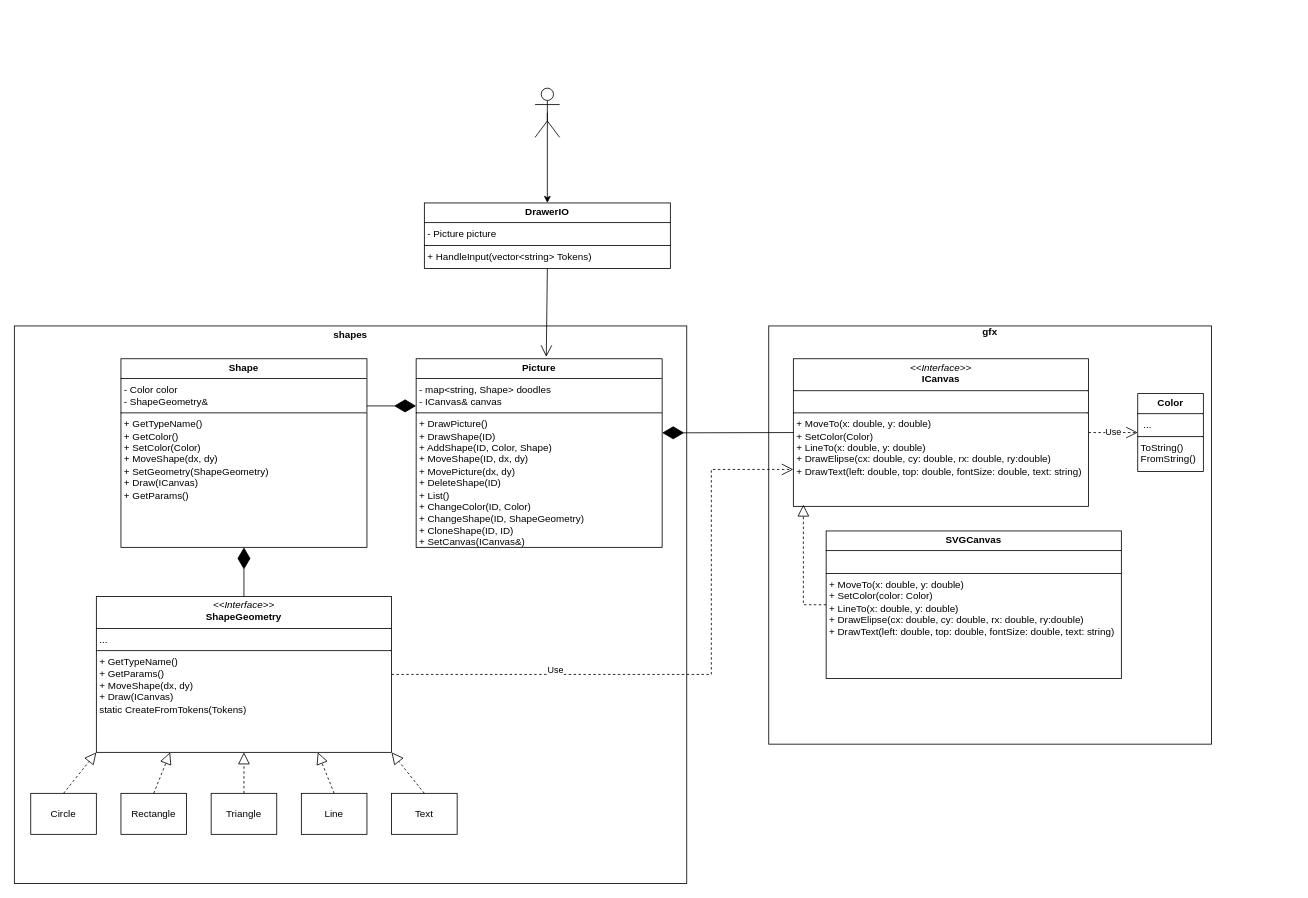
Earlier version of the draw.io diagram lab1/task4/Drawer.drawio (Xac1k/OOD). Source tidied: cells renumbered, new cells numbered last; positions are measured from the earlier drawing's top-left corner, leaving out a move shared by most shapes. Both pictures are drawn from the tidied source at 82%, with x=0, y=0 at pixel (14, 88).
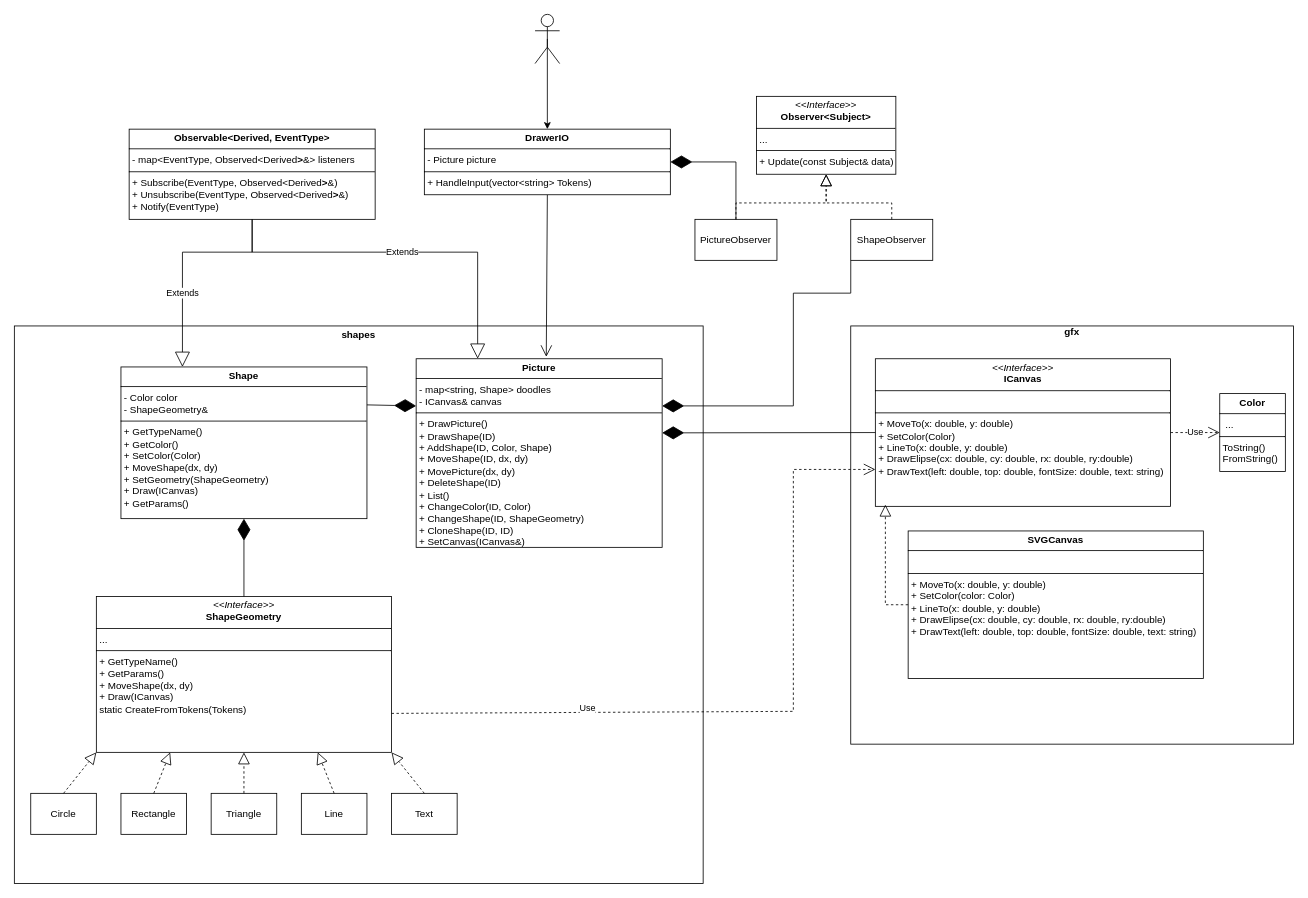
After the change.

The change refers to these unchanged cells:
```xml
<mxCell id="11" value="&lt;p style=&quot;margin:0px;margin-top:4px;text-align:center;&quot;&gt;&lt;b&gt;Picture&lt;/b&gt;&lt;/p&gt;&lt;hr size=&quot;1&quot; style=&quot;border-style:solid;&quot;&gt;&lt;p style=&quot;margin:0px;margin-left:4px;&quot;&gt;- map&amp;lt;string, Shape&amp;gt; doodles&lt;/p&gt;&lt;p style=&quot;margin:0px;margin-left:4px;&quot;&gt;- ICanvas&amp;amp; canvas&lt;/p&gt;&lt;hr size=&quot;1&quot; style=&quot;border-style:solid;&quot;&gt;&lt;p style=&quot;margin:0px;margin-left:4px;&quot;&gt;+ DrawPicture()&lt;/p&gt;&lt;p style=&quot;margin:0px;margin-left:4px;&quot;&gt;+ DrawShape(&lt;span style=&quot;background-color: transparent; color: light-dark(rgb(0, 0, 0), rgb(255, 255, 255));&quot;&gt;ID)&lt;/span&gt;&lt;/p&gt;&lt;p style=&quot;margin:0px;margin-left:4px;&quot;&gt;+ AddShape(ID, Color, Shape)&lt;/p&gt;&lt;p style=&quot;margin:0px;margin-left:4px;&quot;&gt;+ MoveShape(ID, dx, dy)&lt;/p&gt;&lt;p style=&quot;margin:0px;margin-left:4px;&quot;&gt;+ MovePicture(dx, dy)&lt;/p&gt;&lt;p style=&quot;margin:0px;margin-left:4px;&quot;&gt;+ DeleteShape(ID)&lt;/p&gt;&lt;p style=&quot;margin:0px;margin-left:4px;&quot;&gt;+ List()&lt;/p&gt;&lt;p style=&quot;margin:0px;margin-left:4px;&quot;&gt;+ ChangeColor(ID, Color)&lt;/p&gt;&lt;p style=&quot;margin:0px;margin-left:4px;&quot;&gt;+ ChangeShape(ID, ShapeGeometry)&lt;/p&gt;&lt;p style=&quot;margin:0px;margin-left:4px;&quot;&gt;+ CloneShape(ID, ID)&lt;/p&gt;&lt;p style=&quot;margin:0px;margin-left:4px;&quot;&gt;+ SetCanvas(ICanvas&amp;amp;)&lt;/p&gt;" style="verticalAlign=top;align=left;overflow=fill;html=1;whiteSpace=wrap;" parent="1" vertex="1">
  <mxGeometry x="490" y="330" width="300" height="230" as="geometry" />
</mxCell>
<mxCell id="15" value="&lt;p style=&quot;margin:0px;margin-top:4px;text-align:center;&quot;&gt;&lt;i&gt;&amp;lt;&amp;lt;Interface&amp;gt;&amp;gt;&lt;/i&gt;&lt;br&gt;&lt;b&gt;ShapeGeometry&lt;/b&gt;&lt;/p&gt;&lt;hr size=&quot;1&quot; style=&quot;border-style:solid;&quot;&gt;&lt;p style=&quot;margin:0px;margin-left:4px;&quot;&gt;...&lt;/p&gt;&lt;hr size=&quot;1&quot; style=&quot;border-style:solid;&quot;&gt;&lt;p style=&quot;margin:0px;margin-left:4px;&quot;&gt;+ GetTypeName()&lt;br&gt;&lt;/p&gt;&lt;p style=&quot;margin:0px;margin-left:4px;&quot;&gt;+ GetParams()&lt;/p&gt;&lt;p style=&quot;margin:0px;margin-left:4px;&quot;&gt;+ MoveShape(dx, dy)&lt;/p&gt;&lt;p style=&quot;margin:0px;margin-left:4px;&quot;&gt;+ Draw(ICanvas)&lt;/p&gt;&lt;p style=&quot;margin:0px;margin-left:4px;&quot;&gt;static CreateFromTokens(Tokens)&lt;/p&gt;" style="verticalAlign=top;align=left;overflow=fill;html=1;whiteSpace=wrap;" parent="1" vertex="1">
  <mxGeometry x="100" y="620" width="360" height="190" as="geometry" />
</mxCell>
```

The edit, as a diff of the source:
```diff
@@
     <mxCell id="3" style="shape=umlActor;verticalLabelPosition=bottom;verticalAlign=top;html=1;" parent="1" vertex="1">
-      <mxGeometry x="635" width="30" height="60" as="geometry" />
+      <mxGeometry x="635" y="-90" width="30" height="60" as="geometry" />
     </mxCell>
     <mxCell id="4" value="&lt;p style=&quot;margin:0px;margin-top:4px;text-align:center;&quot;&gt;&lt;b&gt;shapes&lt;/b&gt;&lt;/p&gt;" style="verticalAlign=top;align=left;overflow=fill;html=1;whiteSpace=wrap;fillColor=none;" parent="1" vertex="1">
-      <mxGeometry y="290" width="820" height="680" as="geometry" />
+      <mxGeometry y="290" width="840" height="680" as="geometry" />
     </mxCell>
     <mxCell id="5" value="&lt;b&gt;gfx&lt;/b&gt;" style="verticalAlign=top;align=center;overflow=fill;html=1;whiteSpace=wrap;fillColor=none;" parent="1" vertex="1">
-      <mxGeometry x="920" y="290" width="540" height="510" as="geometry" />
+      <mxGeometry x="1020" y="290" width="540" height="510" as="geometry" />
     </mxCell>
     <mxCell id="6" value="&lt;p style=&quot;margin:0px;margin-top:4px;text-align:center;&quot;&gt;&lt;i&gt;&amp;lt;&amp;lt;Interface&amp;gt;&amp;gt;&lt;/i&gt;&lt;br&gt;&lt;b&gt;ICanvas&lt;/b&gt;&lt;/p&gt;&lt;hr size=&quot;1&quot; style=&quot;border-style:solid;&quot;&gt;&lt;p style=&quot;margin:0px;margin-left:4px;&quot;&gt;&lt;br&gt;&lt;/p&gt;&lt;hr size=&quot;1&quot; style=&quot;border-style:solid;&quot;&gt;&lt;p style=&quot;margin:0px;margin-left:4px;&quot;&gt;+ MoveTo(x: double, y: double)&lt;/p&gt;&lt;p style=&quot;margin:0px;margin-left:4px;&quot;&gt;+ SetColor(Color)&lt;/p&gt;&lt;p style=&quot;margin:0px;margin-left:4px;&quot;&gt;+ LineTo(x: double, y: double)&lt;/p&gt;&lt;p style=&quot;margin:0px;margin-left:4px;&quot;&gt;+ DrawElipse(cx: double, cy: double, rx: double, ry:double)&lt;/p&gt;&lt;p style=&quot;margin:0px;margin-left:4px;&quot;&gt;+ DrawText(left: double, top: double, fontSize: double, text: string)&lt;/p&gt;" style="verticalAlign=top;align=left;overflow=fill;html=1;whiteSpace=wrap;" parent="1" vertex="1">
-      <mxGeometry x="950" y="330" width="360" height="180" as="geometry" />
+      <mxGeometry x="1050" y="330" width="360" height="180" as="geometry" />
     </mxCell>
@@
     <mxCell id="8" value="&lt;p style=&quot;margin:0px;margin-top:4px;text-align:center;&quot;&gt;&lt;b&gt;Color&lt;/b&gt;&lt;/p&gt;&lt;hr size=&quot;1&quot; style=&quot;border-style:solid;&quot;&gt;&lt;p style=&quot;margin:0px;margin-left:4px;&quot;&gt;&amp;nbsp;...&lt;/p&gt;&lt;hr size=&quot;1&quot; style=&quot;border-style:solid;&quot;&gt;&lt;p style=&quot;margin:0px;margin-left:4px;&quot;&gt;ToString()&lt;/p&gt;&lt;p style=&quot;margin:0px;margin-left:4px;&quot;&gt;FromString()&lt;/p&gt;" style="verticalAlign=top;align=left;overflow=fill;html=1;whiteSpace=wrap;" parent="1" vertex="1">
-      <mxGeometry x="1370" y="372.5" width="80" height="95" as="geometry" />
+      <mxGeometry x="1470" y="372.5" width="80" height="95" as="geometry" />
     </mxCell>
     <mxCell id="9" value="&lt;p style=&quot;margin:0px;margin-top:4px;text-align:center;&quot;&gt;&lt;b&gt;SVGCanvas&lt;/b&gt;&lt;/p&gt;&lt;hr size=&quot;1&quot; style=&quot;border-style:solid;&quot;&gt;&lt;p style=&quot;margin:0px;margin-left:4px;&quot;&gt;&lt;br&gt;&lt;/p&gt;&lt;hr size=&quot;1&quot; style=&quot;border-style:solid;&quot;&gt;&lt;p style=&quot;margin:0px;margin-left:4px;&quot;&gt;+ MoveTo(x: double, y: double)&lt;br&gt;&lt;/p&gt;&lt;p style=&quot;margin:0px;margin-left:4px;&quot;&gt;+ SetColor(color: Color)&lt;/p&gt;&lt;p style=&quot;margin:0px;margin-left:4px;&quot;&gt;+ LineTo(x: double, y: double)&lt;/p&gt;&lt;p style=&quot;margin:0px;margin-left:4px;&quot;&gt;+ DrawElipse(cx: double, cy: double, rx: double, ry:double)&lt;/p&gt;&lt;p style=&quot;margin:0px;margin-left:4px;&quot;&gt;+ DrawText(left: double, top: double, fontSize: double, text: string)&lt;/p&gt;" style="verticalAlign=top;align=left;overflow=fill;html=1;whiteSpace=wrap;" parent="1" vertex="1">
-      <mxGeometry x="990" y="540" width="360" height="180" as="geometry" />
+      <mxGeometry x="1090" y="540" width="360" height="180" as="geometry" />
     </mxCell>
     <mxCell id="10" style="endArrow=block;dashed=1;endFill=0;endSize=12;html=1;rounded=0;exitX=0;exitY=0.5;exitDx=0;exitDy=0;entryX=0.034;entryY=0.988;entryDx=0;entryDy=0;entryPerimeter=0;" parent="1" edge="1" source="9" target="6">
       <mxGeometry relative="1" as="geometry">
         <Array as="points">
-          <mxPoint x="962.2" y="630" />
+          <mxPoint x="1062.2" y="630" />
         </Array>
       </mxGeometry>
     </mxCell>
@@
     <mxCell id="13" value="&lt;p style=&quot;margin:0px;margin-top:4px;text-align:center;&quot;&gt;&lt;b&gt;Shape&lt;/b&gt;&lt;/p&gt;&lt;hr size=&quot;1&quot; style=&quot;border-style:solid;&quot;&gt;&lt;p style=&quot;margin:0px;margin-left:4px;&quot;&gt;- Color color&lt;/p&gt;&lt;p style=&quot;margin:0px;margin-left:4px;&quot;&gt;- ShapeGeometry&amp;amp;&lt;/p&gt;&lt;hr size=&quot;1&quot; style=&quot;border-style:solid;&quot;&gt;&lt;p style=&quot;margin:0px;margin-left:4px;&quot;&gt;+ GetTypeName()&lt;/p&gt;&lt;p style=&quot;margin:0px;margin-left:4px;&quot;&gt;+ GetColor()&lt;/p&gt;&lt;p style=&quot;margin:0px;margin-left:4px;&quot;&gt;+ SetColor(Color)&lt;/p&gt;&lt;p style=&quot;margin:0px;margin-left:4px;&quot;&gt;+ MoveShape(dx, dy)&lt;/p&gt;&lt;p style=&quot;margin:0px;margin-left:4px;&quot;&gt;+ SetGeometry(ShapeGeometry)&lt;/p&gt;&lt;p style=&quot;margin:0px;margin-left:4px;&quot;&gt;+ Draw(ICanvas)&lt;/p&gt;&lt;p style=&quot;margin:0px;margin-left:4px;&quot;&gt;+ GetParams()&lt;/p&gt;" style="verticalAlign=top;align=left;overflow=fill;html=1;whiteSpace=wrap;" parent="1" vertex="1">
-      <mxGeometry x="130" y="330" width="300" height="230" as="geometry" />
+      <mxGeometry x="130" y="340" width="300" height="185" as="geometry" />
     </mxCell>
@@
-    <mxCell id="16" style="endArrow=diamondThin;endFill=1;endSize=24;html=1;rounded=0;entryX=0.5;entryY=1;entryDx=0;entryDy=0;exitX=0.5;exitY=0;exitDx=0;exitDy=0;" parent="1" edge="1" source="15" target="13">
+    <mxCell id="16" style="endArrow=diamondThin;endFill=1;endSize=24;html=1;rounded=0;exitX=0.5;exitY=0;exitDx=0;exitDy=0;" parent="1" edge="1" source="15" target="13">
       <mxGeometry relative="1" as="geometry" />
     </mxCell>
@@
-    <mxCell id="27" value="Use" style="endArrow=open;endSize=12;dashed=1;html=1;rounded=0;exitX=1;exitY=0.5;exitDx=0;exitDy=0;entryX=0;entryY=0.75;entryDx=0;entryDy=0;" parent="1" edge="1" source="15" target="6">
+    <mxCell id="27" value="Use" style="endArrow=open;endSize=12;dashed=1;html=1;rounded=0;exitX=1;exitY=0.75;exitDx=0;exitDy=0;entryX=0;entryY=0.75;entryDx=0;entryDy=0;" parent="1" edge="1" source="15" target="6">
       <mxGeometry x="-0.46" y="5" relative="1" as="geometry">
         <Array as="points">
-          <mxPoint x="850" y="715" />
-          <mxPoint x="850" y="465" />
+          <mxPoint x="950" y="760" />
+          <mxPoint x="950" y="465" />
         </Array>
       </mxGeometry>
     </mxCell>
@@
     <mxCell id="29" value="&lt;p style=&quot;margin:0px;margin-top:4px;text-align:center;&quot;&gt;&lt;b&gt;DrawerIO&lt;/b&gt;&lt;/p&gt;&lt;hr size=&quot;1&quot; style=&quot;border-style:solid;&quot;&gt;&lt;p style=&quot;margin:0px;margin-left:4px;&quot;&gt;- Picture picture&lt;/p&gt;&lt;hr size=&quot;1&quot; style=&quot;border-style:solid;&quot;&gt;&lt;p style=&quot;margin:0px;margin-left:4px;&quot;&gt;+ HandleInput(vector&amp;lt;string&amp;gt; Tokens)&lt;/p&gt;" style="verticalAlign=top;align=left;overflow=fill;html=1;whiteSpace=wrap;" parent="1" vertex="1">
-      <mxGeometry x="500" y="140" width="300" height="80" as="geometry" />
+      <mxGeometry x="500" y="50" width="300" height="80" as="geometry" />
     </mxCell>
+    <mxCell id="30" value="&lt;p style=&quot;margin:0px;margin-top:4px;text-align:center;&quot;&gt;&lt;i&gt;&amp;lt;&amp;lt;Interface&amp;gt;&amp;gt;&lt;/i&gt;&lt;br&gt;&lt;b&gt;Observer&amp;lt;Subject&amp;gt;&lt;/b&gt;&lt;/p&gt;&lt;hr size=&quot;1&quot; style=&quot;border-style:solid;&quot;&gt;&lt;p style=&quot;margin:0px;margin-left:4px;&quot;&gt;...&lt;/p&gt;&lt;hr size=&quot;1&quot; style=&quot;border-style:solid;&quot;&gt;&lt;p style=&quot;margin:0px;margin-left:4px;&quot;&gt;+ Update(const Subject&amp;amp; data)&lt;br&gt;&lt;/p&gt;" style="verticalAlign=top;align=left;overflow=fill;html=1;whiteSpace=wrap;" parent="1" vertex="1">
+      <mxGeometry x="905" y="10" width="170" height="95" as="geometry" />
+    </mxCell>
+    <mxCell id="31" value="&lt;p style=&quot;margin:0px;margin-top:4px;text-align:center;&quot;&gt;&lt;b&gt;Observable&amp;lt;Derived, EventType&amp;gt;&lt;/b&gt;&lt;/p&gt;&lt;hr size=&quot;1&quot; style=&quot;border-style:solid;&quot;&gt;&lt;p style=&quot;margin:0px;margin-left:4px;&quot;&gt;- map&amp;lt;EventType, Observed&amp;lt;Derived&lt;b style=&quot;background-color: transparent; color: light-dark(rgb(0, 0, 0), rgb(255, 255, 255)); text-align: center;&quot;&gt;&amp;gt;&lt;/b&gt;&lt;span style=&quot;background-color: transparent; color: light-dark(rgb(0, 0, 0), rgb(255, 255, 255));&quot;&gt;&amp;amp;&amp;gt; listeners&lt;/span&gt;&lt;/p&gt;&lt;hr size=&quot;1&quot; style=&quot;border-style:solid;&quot;&gt;&lt;p style=&quot;margin:0px;margin-left:4px;&quot;&gt;+ Subscribe(EventType, Observed&amp;lt;Derived&lt;b style=&quot;color: light-dark(rgb(0, 0, 0), rgb(255, 255, 255)); background-color: transparent; text-align: center;&quot;&gt;&amp;gt;&lt;/b&gt;&amp;amp;)&lt;/p&gt;&lt;p style=&quot;margin:0px;margin-left:4px;&quot;&gt;+ Unsubscribe(EventType, Observed&amp;lt;Derived&lt;b style=&quot;color: light-dark(rgb(0, 0, 0), rgb(255, 255, 255)); background-color: transparent; text-align: center;&quot;&gt;&amp;gt;&lt;/b&gt;&amp;amp;)&lt;/p&gt;&lt;p style=&quot;margin:0px;margin-left:4px;&quot;&gt;+ Notify(EventType)&lt;/p&gt;" style="verticalAlign=top;align=left;overflow=fill;html=1;whiteSpace=wrap;" parent="1" vertex="1">
+      <mxGeometry x="140" y="50" width="300" height="110" as="geometry" />
+    </mxCell>
+    <mxCell id="32" value="Extends" style="endArrow=block;endSize=16;endFill=0;html=1;rounded=0;exitX=0.5;exitY=1;exitDx=0;exitDy=0;entryX=0.25;entryY=0;entryDx=0;entryDy=0;" parent="1" edge="1" source="31" target="13">
+      <mxGeometry x="0.32" relative="1" as="geometry">
+        <Array as="points">
+          <mxPoint x="290" y="200" />
+          <mxPoint x="205" y="200" />
+        </Array>
+      </mxGeometry>
+    </mxCell>
+    <mxCell id="33" value="Extends" style="endArrow=block;endSize=16;endFill=0;html=1;rounded=0;exitX=0.5;exitY=1;exitDx=0;exitDy=0;entryX=0.25;entryY=0;entryDx=0;entryDy=0;" parent="1" edge="1" source="31" target="11">
+      <mxGeometry relative="1" as="geometry">
+        <Array as="points">
+          <mxPoint x="290" y="200" />
+          <mxPoint x="565" y="200" />
+        </Array>
+      </mxGeometry>
+    </mxCell>
+    <mxCell id="34" value="ShapeObserver" style="html=1;whiteSpace=wrap;" parent="1" vertex="1">
+      <mxGeometry x="1020" y="160" width="100" height="50" as="geometry" />
+    </mxCell>
+    <mxCell id="35" value="PictureObserver" style="html=1;whiteSpace=wrap;" parent="1" vertex="1">
+      <mxGeometry x="830" y="160" width="100" height="50" as="geometry" />
+    </mxCell>
+    <mxCell id="36" style="endArrow=block;dashed=1;endFill=0;endSize=12;html=1;rounded=0;entryX=0.5;entryY=1;entryDx=0;entryDy=0;exitX=0.5;exitY=0;exitDx=0;exitDy=0;" parent="1" edge="1" source="34" target="30">
+      <mxGeometry relative="1" as="geometry">
+        <Array as="points">
+          <mxPoint x="1070" y="140" />
+          <mxPoint x="990" y="140" />
+        </Array>
+      </mxGeometry>
+    </mxCell>
+    <mxCell id="37" style="endArrow=block;dashed=1;endFill=0;endSize=12;html=1;rounded=0;entryX=0.5;entryY=1;entryDx=0;entryDy=0;exitX=0.5;exitY=0;exitDx=0;exitDy=0;" parent="1" edge="1" source="35" target="30">
+      <mxGeometry relative="1" as="geometry">
+        <Array as="points">
+          <mxPoint x="880" y="140" />
+          <mxPoint x="990" y="140" />
+        </Array>
+      </mxGeometry>
+    </mxCell>
+    <mxCell id="38" style="endArrow=diamondThin;endFill=1;endSize=24;html=1;rounded=0;entryX=1;entryY=0.5;entryDx=0;entryDy=0;exitX=0.5;exitY=0;exitDx=0;exitDy=0;" parent="1" edge="1" source="35" target="29">
+      <mxGeometry relative="1" as="geometry">
+        <Array as="points">
+          <mxPoint x="880" y="90" />
+        </Array>
+      </mxGeometry>
+    </mxCell>
+    <mxCell id="39" style="endArrow=diamondThin;endFill=1;endSize=24;html=1;rounded=0;entryX=1;entryY=0.25;entryDx=0;entryDy=0;exitX=0;exitY=1;exitDx=0;exitDy=0;" parent="1" edge="1" source="34" target="11">
+      <mxGeometry relative="1" as="geometry">
+        <Array as="points">
+          <mxPoint x="1020" y="250" />
+          <mxPoint x="950" y="250" />
+          <mxPoint x="950" y="387.5" />
+        </Array>
+      </mxGeometry>
+    </mxCell>
```
